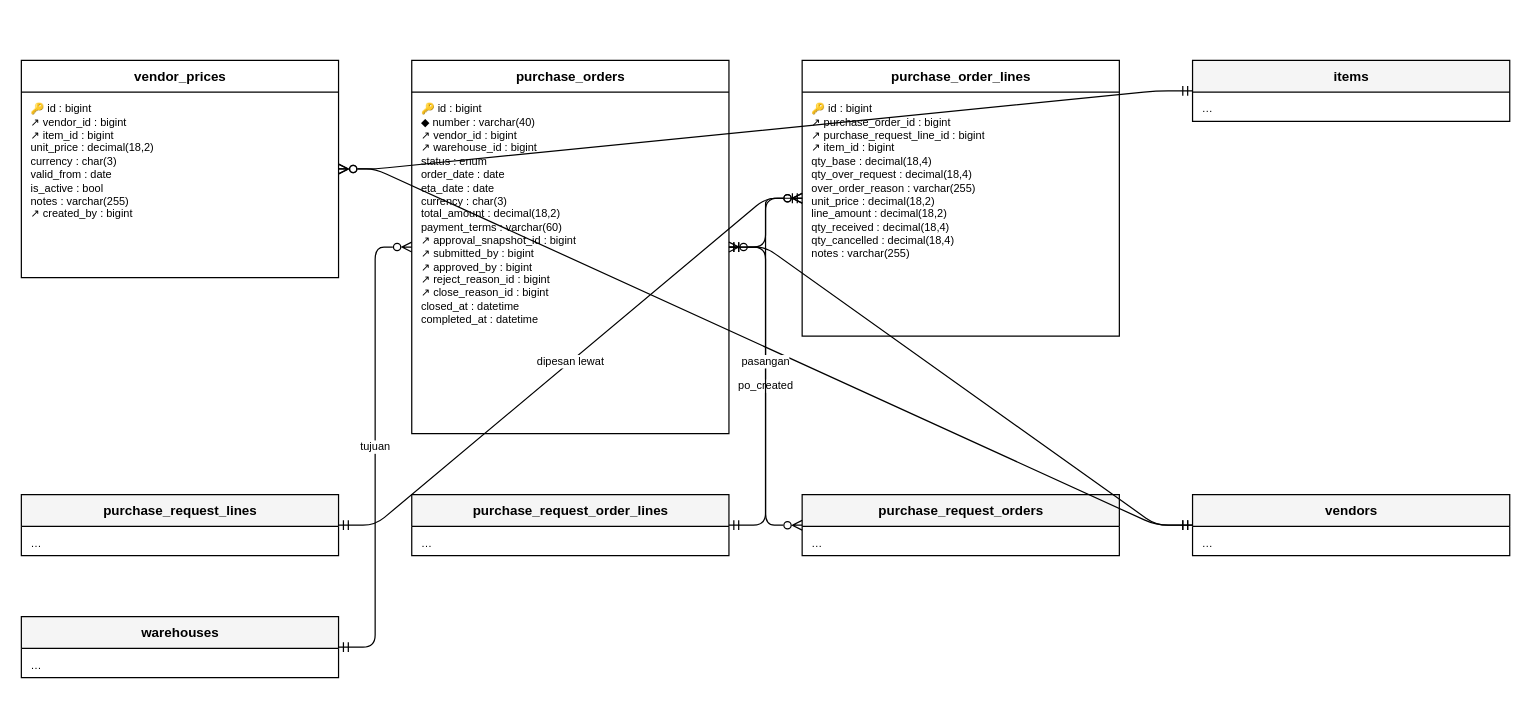
The draw.io diagram docs/diagram/erd-purchasing.drawio in HengkyDarmawan/wms, before the edit. Source tidied: cells renumbered, new cells numbered last; positions are measured from the earlier drawing's top-left corner, leaving out a move shared by most shapes. Both pictures are drawn from the tidied source at 122%, with x=0, y=0 at pixel (21, 60).
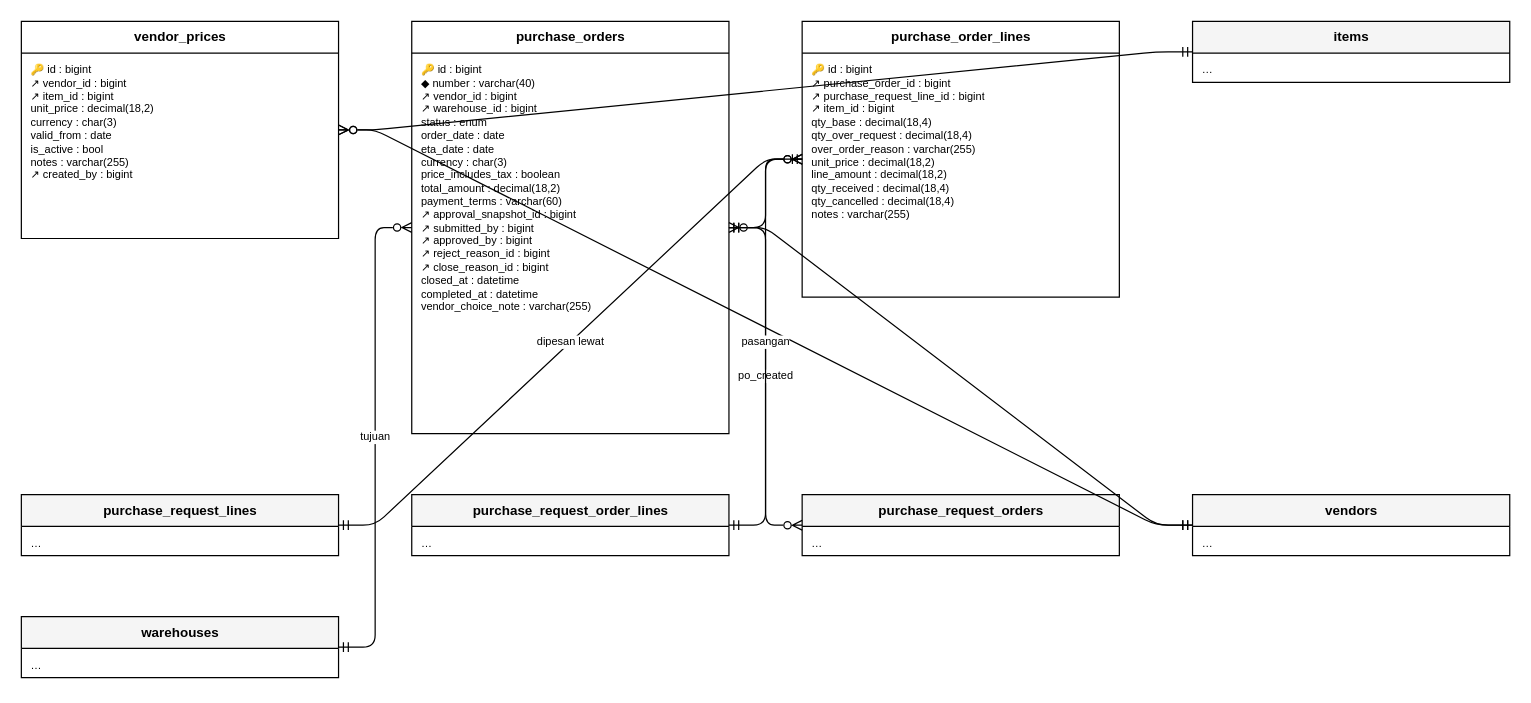
The same page after the edit.

Change to the diagram source:
```diff
@@
     <mxCell id="2" value="vendor_prices" style="swimlane;fontStyle=1;horizontal=1;startSize=26;html=1;fontSize=11;fillColor=#FFFFFF;" parent="1" vertex="1">
-      <mxGeometry width="260" height="178" as="geometry" />
+      <mxGeometry y="-32" width="260" height="178" as="geometry" />
     </mxCell>
@@
     <mxCell id="4" value="purchase_orders" style="swimlane;fontStyle=1;horizontal=1;startSize=26;html=1;fontSize=11;fillColor=#FFFFFF;" parent="1" vertex="1">
-      <mxGeometry x="320" width="260" height="306" as="geometry" />
+      <mxGeometry x="320" y="-32" width="260" height="338" as="geometry" />
     </mxCell>
-    <mxCell id="5" value="🔑 id : bigint&lt;br&gt;◆ number : varchar(40)&lt;br&gt;↗ vendor_id : bigint&lt;br&gt;↗ warehouse_id : bigint&lt;br&gt;status : enum&lt;br&gt;order_date : date&lt;br&gt;eta_date : date&lt;br&gt;currency : char(3)&lt;br&gt;total_amount : decimal(18,2)&lt;br&gt;payment_terms : varchar(60)&lt;br&gt;↗ approval_snapshot_id : bigint&lt;br&gt;↗ submitted_by : bigint&lt;br&gt;↗ approved_by : bigint&lt;br&gt;↗ reject_reason_id : bigint&lt;br&gt;↗ close_reason_id : bigint&lt;br&gt;closed_at : datetime&lt;br&gt;completed_at : datetime" style="text;html=1;strokeColor=none;fillColor=none;align=left;verticalAlign=top;spacingLeft=6;spacingTop=2;fontSize=9;whiteSpace=wrap;overflow=hidden;" parent="4" vertex="1">
-      <mxGeometry y="26" width="260" height="280" as="geometry" />
+    <mxCell id="5" value="🔑 id : bigint&lt;br&gt;◆ number : varchar(40)&lt;br&gt;↗ vendor_id : bigint&lt;br&gt;↗ warehouse_id : bigint&lt;br&gt;status : enum&lt;br&gt;order_date : date&lt;br&gt;eta_date : date&lt;br&gt;currency : char(3)&lt;br&gt;price_includes_tax : boolean&lt;br&gt;total_amount : decimal(18,2)&lt;br&gt;payment_terms : varchar(60)&lt;br&gt;↗ approval_snapshot_id : bigint&lt;br&gt;↗ submitted_by : bigint&lt;br&gt;↗ approved_by : bigint&lt;br&gt;↗ reject_reason_id : bigint&lt;br&gt;↗ close_reason_id : bigint&lt;br&gt;closed_at : datetime&lt;br&gt;completed_at : datetime&lt;br&gt;vendor_choice_note : varchar(255)" style="text;html=1;strokeColor=none;fillColor=none;align=left;verticalAlign=top;spacingLeft=6;spacingTop=2;fontSize=9;whiteSpace=wrap;overflow=hidden;" parent="4" vertex="1">
+      <mxGeometry y="26" width="260" height="312" as="geometry" />
     </mxCell>
     <mxCell id="6" value="purchase_order_lines" style="swimlane;fontStyle=1;horizontal=1;startSize=26;html=1;fontSize=11;fillColor=#FFFFFF;" parent="1" vertex="1">
-      <mxGeometry x="640" width="260" height="226" as="geometry" />
+      <mxGeometry x="640" y="-32" width="260" height="226" as="geometry" />
     </mxCell>
@@
     <mxCell id="8" value="items" style="swimlane;fontStyle=1;horizontal=1;startSize=26;html=1;fontSize=11;fillColor=#F5F5F5;" parent="1" vertex="1">
-      <mxGeometry x="960" width="260" height="50" as="geometry" />
+      <mxGeometry x="960" y="-32" width="260" height="50" as="geometry" />
     </mxCell>
```
